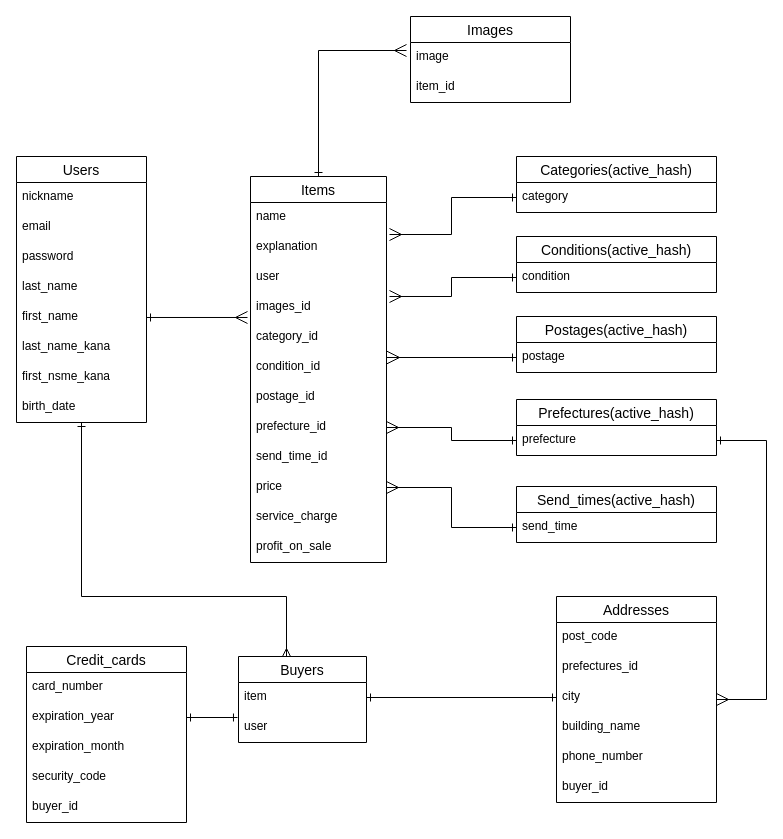
Earlier version of the draw.io diagram furima.dio (fumie-03/furima-28645). Source tidied: cells renumbered, new cells numbered last; positions are measured from the earlier drawing's top-left corner, leaving out a move shared by most shapes. Both pictures are drawn from the tidied source at 100%, with x=0, y=0 at pixel (16, 16).
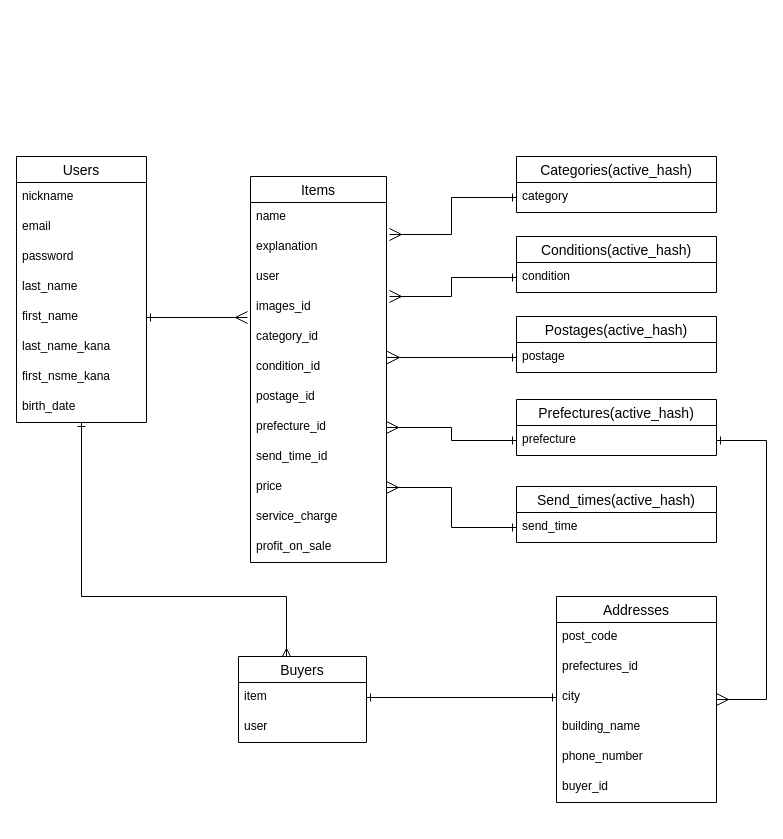
Above is the later version.

Commit message (it also covers changes not shown here):
不要なテーブルの削除

The change refers to these unchanged cells:
```xml
<mxCell id="12" value="Items" style="swimlane;fontStyle=0;horizontal=1;startSize=26;align=center;fontSize=14;" parent="1" vertex="1">
  <mxGeometry x="234" y="160" width="136" height="386" as="geometry" />
</mxCell>
<mxCell id="39" value="user" style="text;strokeColor=none;fillColor=none;spacingLeft=4;spacingRight=4;overflow=hidden;points=[[0,0.5],[1,0.5]];portConstraint=eastwest;fontSize=12;" parent="37" vertex="1">
  <mxGeometry y="56" width="128" height="30" as="geometry" />
</mxCell>
```

What changed in the source:
```diff
@@
-    <mxCell id="11" style="edgeStyle=orthogonalEdgeStyle;rounded=0;jumpStyle=none;jettySize=auto;html=1;entryX=-0.025;entryY=0.267;entryDx=0;entryDy=0;entryPerimeter=0;startArrow=ERone;startFill=0;endArrow=ERmany;endFill=0;endSize=10;" parent="1" edge="1" source="12" target="26">
-      <mxGeometry relative="1" as="geometry" />
-    </mxCell>
@@
-    <mxCell id="25" value="Images" style="swimlane;fontStyle=0;horizontal=1;startSize=26;align=center;fontSize=14;" parent="1" vertex="1">
-      <mxGeometry x="394" width="160" height="86" as="geometry" />
-    </mxCell>
-    <mxCell id="26" value="image" style="text;strokeColor=none;fillColor=none;spacingLeft=4;spacingRight=4;overflow=hidden;points=[[0,0.5],[1,0.5]];portConstraint=eastwest;fontSize=12;" parent="25" vertex="1">
-      <mxGeometry y="26" width="160" height="30" as="geometry" />
-    </mxCell>
-    <mxCell id="27" value="item_id" style="text;strokeColor=none;fillColor=none;spacingLeft=4;spacingRight=4;overflow=hidden;fontSize=12;" parent="25" vertex="1">
-      <mxGeometry y="56" width="160" height="30" as="geometry" />
-    </mxCell>
@@
-    <mxCell id="31" value="Credit_cards" style="swimlane;fontStyle=0;horizontal=1;startSize=26;align=center;fontSize=14;" parent="1" vertex="1">
-      <mxGeometry x="10" y="630" width="160" height="176" as="geometry" />
-    </mxCell>
-    <mxCell id="32" value="card_number" style="text;strokeColor=none;fillColor=none;spacingLeft=4;spacingRight=4;overflow=hidden;fontSize=12;" parent="31" vertex="1">
-      <mxGeometry y="26" width="160" height="30" as="geometry" />
-    </mxCell>
-    <mxCell id="33" value="expiration_year" style="text;strokeColor=none;fillColor=none;spacingLeft=4;spacingRight=4;overflow=hidden;points=[[0,0.5],[1,0.5]];portConstraint=eastwest;fontSize=12;" parent="31" vertex="1">
-      <mxGeometry y="56" width="160" height="30" as="geometry" />
-    </mxCell>
-    <mxCell id="34" value="expiration_month" style="text;strokeColor=none;fillColor=none;spacingLeft=4;spacingRight=4;overflow=hidden;fontSize=12;" parent="31" vertex="1">
-      <mxGeometry y="86" width="160" height="30" as="geometry" />
-    </mxCell>
-    <mxCell id="35" value="security_code" style="text;strokeColor=none;fillColor=none;spacingLeft=4;spacingRight=4;overflow=hidden;fontSize=12;" parent="31" vertex="1">
-      <mxGeometry y="116" width="160" height="30" as="geometry" />
-    </mxCell>
-    <mxCell id="36" value="buyer_id" style="text;strokeColor=none;fillColor=none;spacingLeft=4;spacingRight=4;overflow=hidden;fontSize=12;" parent="31" vertex="1">
-      <mxGeometry y="146" width="160" height="30" as="geometry" />
-    </mxCell>
@@
-    <mxCell id="63" style="edgeStyle=orthogonalEdgeStyle;rounded=0;jumpStyle=none;jettySize=auto;html=1;entryX=-0.008;entryY=0.167;entryDx=0;entryDy=0;entryPerimeter=0;startArrow=ERone;startFill=0;endArrow=ERone;endFill=0;" parent="1" edge="1" source="33" target="39">
-      <mxGeometry relative="1" as="geometry" />
-    </mxCell>
```
